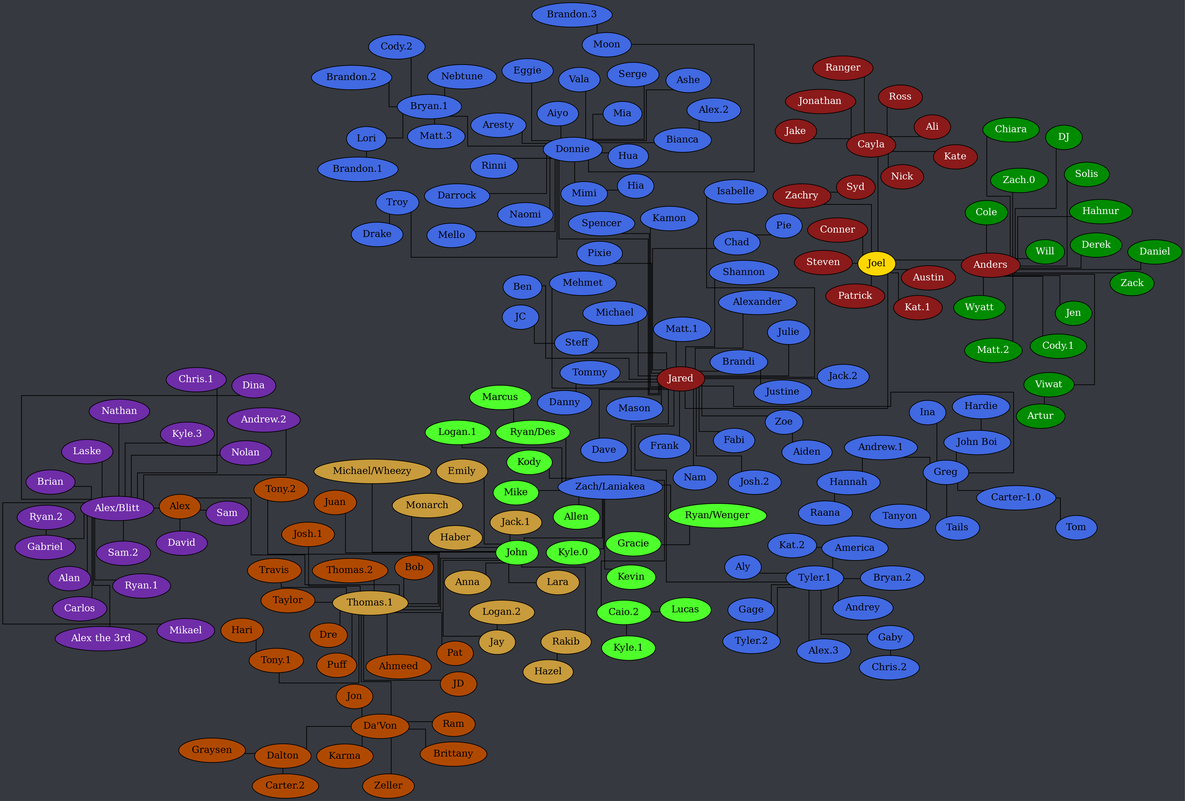
Above: tree.png in Documidas/CoronaCatzFamilyTree (Graphviz), before the change. Its source is kept beside it as tree.dot.
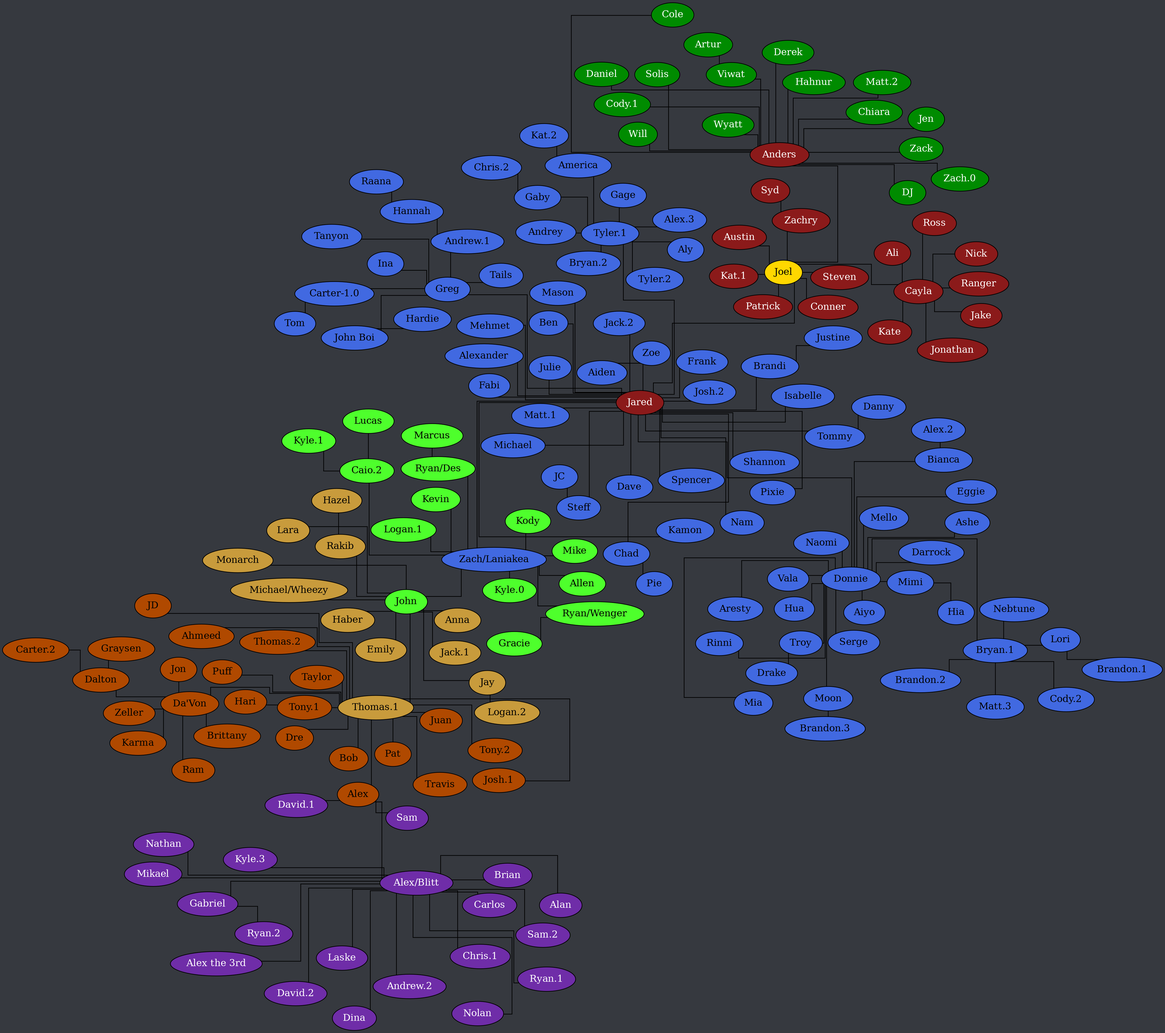
Later version of the same file.

Diff of the diagram source:
```diff
@@ -213,7 +213,7 @@
 		node [ style=filled fillcolor="#6f2da8" fontcolor="white" ];
 
 		Alex -- "Alex/Blitt";
-		Alex -- David;
+		Alex -- "David.1";
 		Alex -- Sam;
 		"Alex/Blitt" -- Alan;
 		"Alex/Blitt" -- "Alex the 3rd";
@@ -221,6 +221,7 @@
 		"Alex/Blitt" -- Brian;
 		"Alex/Blitt" -- Carlos;
 		"Alex/Blitt" -- "Chris.1";
+		"Alex/Blitt" -- "David.2";
 		"Alex/Blitt" -- Dina;
 		"Alex/Blitt" -- Gabriel;
 		"Alex/Blitt" -- "Kyle.3";
```
